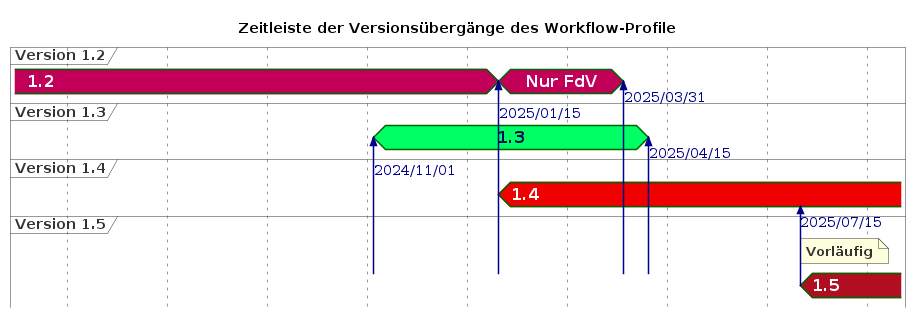
gematik/api-erp keeps this PlantUML diagram as images/puml_workflow_profile_version_timeline.png. Above is the earlier version. Its diagram source:
```plantuml
@startuml
<style>
timingDiagram {
  .12color{
    FontColor #ffffff
    Fontsize 16
    FontStyle bold
    Backgroundcolor #c30059
  }
  .13color{
    FontColor #000e52
    Fontsize 16
    FontStyle bold
    Backgroundcolor #00ff64
  }
  .14color{
    FontColor #ffffff
    Fontsize 16
    FontStyle bold
    BackgroundColor #f00000
  }
  .15color{
    FontColor #ffffff
    Fontsize 16
    FontStyle bold
    BackgroundColor #b10f21
  }
  arrow{
    Fontsize 14
  }
}
</style>
title Zeitleiste der Versionsübergänge des Workflow-Profile

concise "Version 1.2" as V120 <<12color>>
concise "Version 1.3" as V130 <<13color>>
concise "Version 1.4" as V140 <<14color>>
concise "Version 1.5" as V150 <<15color>>

scale 5184000 as 100 pixels
hide time-axis

V120 is 1.2

@2024/05/01

@2024/11/01
V130 is 1.3
V150 -> V130 : \n2024/11/01

@2025/01/15
V120 is "Nur FdV"
V140 is 1.4
V150 -> V120 : \n2025/01/15

@2025/03/31
V120 is {hidden}
V150 -> V120 : 2025/03/31

@2025/04/15
V130 is {hidden}
V150 -> V130 : 2025/04/15

@2025/07/15
V150 is 1.5
V150 -> V140 : 2025/07/15
note top of V150 : Vorläufig
@enduml
```
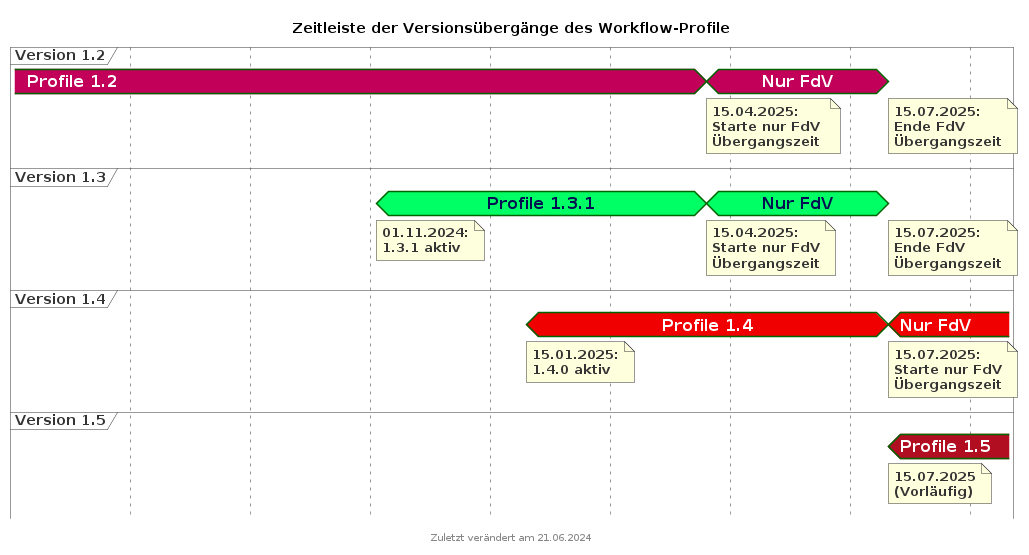
After the commit.

Change to the diagram source:
```diff
@@ -31,38 +31,41 @@
 }
 </style>
 title Zeitleiste der Versionsübergänge des Workflow-Profile
+footer Zuletzt verändert am 21.06.2024
 
 concise "Version 1.2" as V120 <<12color>>
 concise "Version 1.3" as V130 <<13color>>
 concise "Version 1.4" as V140 <<14color>>
 concise "Version 1.5" as V150 <<15color>>
 
-scale 5184000 as 100 pixels
+scale 5184000 as 120 pixels
 hide time-axis
 
-V120 is 1.2
+V120 is "Profile 1.2"
 
-@2024/05/01
+@2024/07/01
 
 @2024/11/01
-V130 is 1.3
-V150 -> V130 : \n2024/11/01
+V130 is "Profile 1.3.1"
+note bottom of V130 : 01.11.2024:\n1.3.1 aktiv
 
 @2025/01/15
-V120 is "Nur FdV"
-V140 is 1.4
-V150 -> V120 : \n2025/01/15
-
-@2025/03/31
-V120 is {hidden}
-V150 -> V120 : 2025/03/31
+V140 is "Profile 1.4"
+note bottom of V140 : 15.01.2025:\n1.4.0 aktiv
 
 @2025/04/15
-V130 is {hidden}
-V150 -> V130 : 2025/04/15
+V120 is "Nur FdV"
+note bottom of V120 : 15.04.2025:\nStarte nur FdV \nÜbergangszeit
+V130 is "Nur FdV"
+note bottom of V130 : 15.04.2025:\nStarte nur FdV\nÜbergangszeit
 
 @2025/07/15
-V150 is 1.5
-V150 -> V140 : 2025/07/15
-note top of V150 : Vorläufig
+V120 is {hidden}
+note bottom of V120 : 15.07.2025:\nEnde FdV\nÜbergangszeit
+V130 is {hidden}
+note bottom of V130 : 15.07.2025:\nEnde FdV\nÜbergangszeit
+V140 is "Nur FdV"
+note bottom of V140 : 15.07.2025:\nStarte nur FdV\nÜbergangszeit
+V150 is "Profile 1.5"
+note bottom of V150 : 15.07.2025\n(Vorläufig)
 @enduml
```
